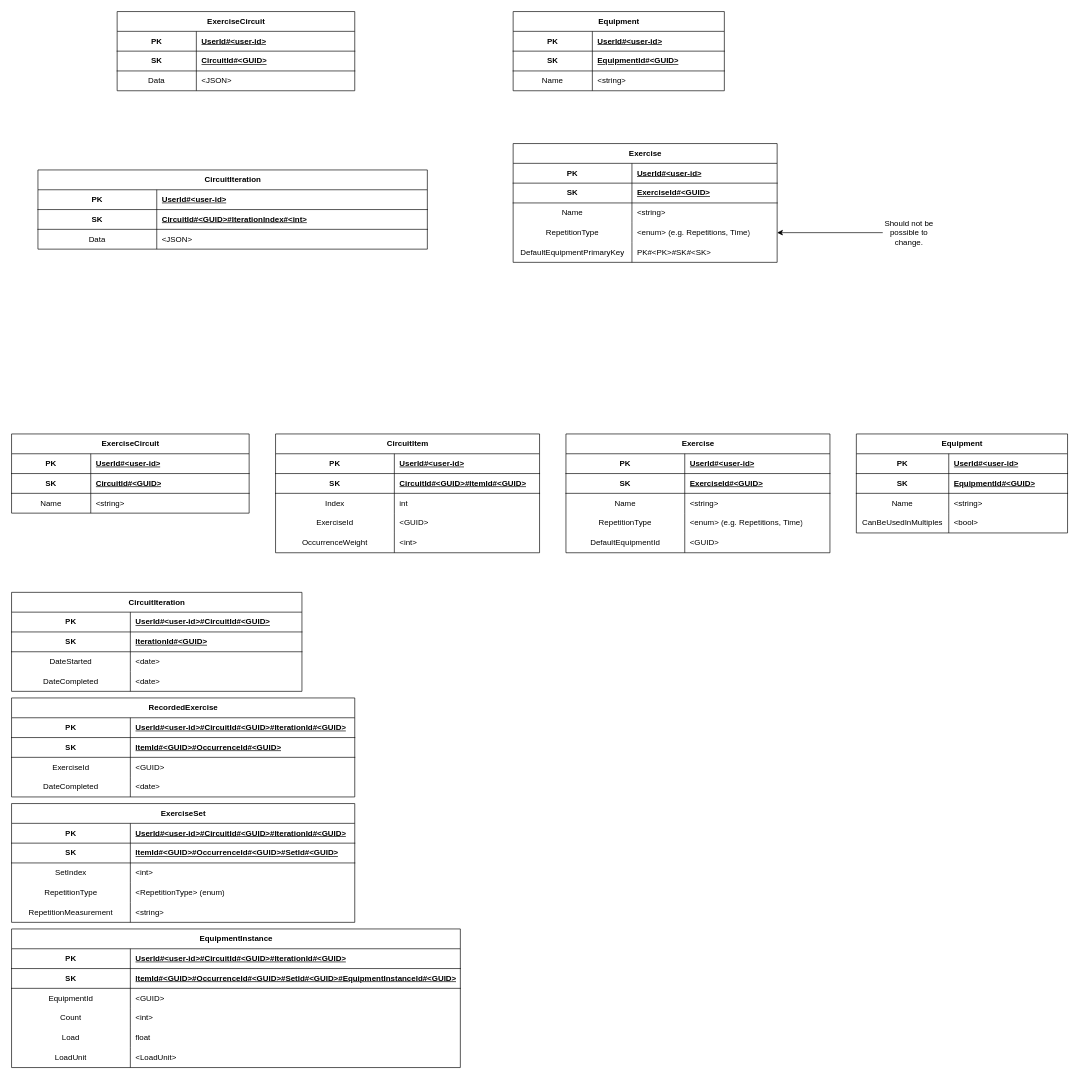
This is Documents/dynamodb-models.drawio from TankSlayer1337/circuits-backend, a draw.io file, before an edit. Source tidied: cells renumbered, new cells numbered last; positions are measured from the earlier drawing's top-left corner, leaving out a move shared by most shapes. Both pictures are drawn from the tidied source at 66%, with x=0, y=0 at pixel (11, 11).
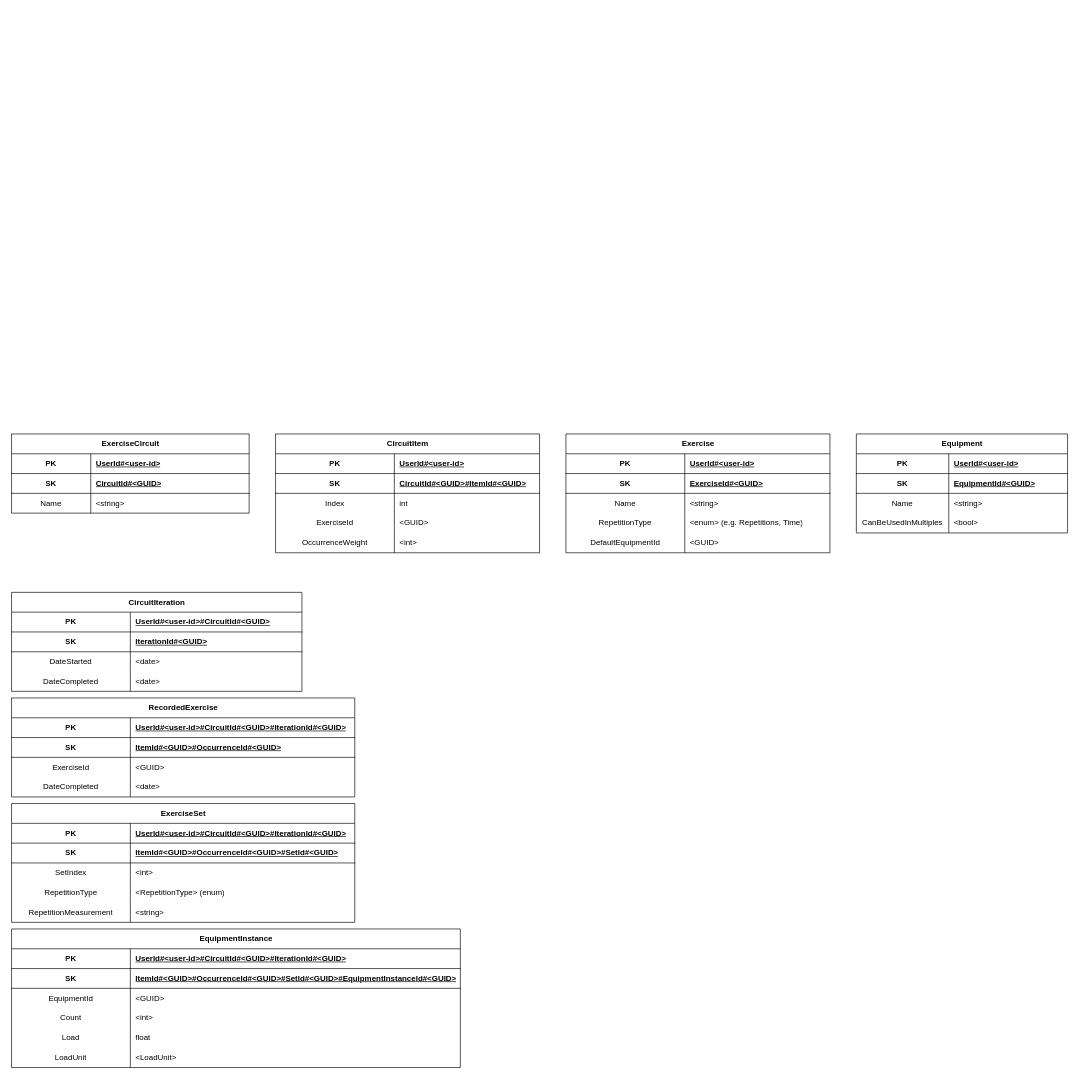
The same diagram, later.

Diff of the diagram source:
```diff
@@
-    <mxCell id="2" value="ExerciseCircuit" style="shape=table;startSize=30;childLayout=tableLayout;rowLines=0;fontStyle=1;align=center;html=1;" parent="1" vertex="1">
-      <mxGeometry x="160" width="360" height="120" as="geometry" />
-    </mxCell>
-    <mxCell id="3" style="shape=tableRow;horizontal=0;startSize=0;swimlaneHead=0;swimlaneBody=0;fillColor=none;top=0;left=0;right=0;bottom=1;" parent="2" vertex="1">
-      <mxGeometry y="30" width="360" height="30" as="geometry" />
-    </mxCell>
-    <mxCell id="4" value="PK" style="shape=partialRectangle;fillColor=none;top=0;left=0;bottom=0;right=0;fontStyle=1;overflow=hidden;whiteSpace=wrap;html=1;" parent="3" vertex="1">
-      <mxGeometry width="120" height="30" as="geometry" />
-    </mxCell>
-    <mxCell id="5" value="UserId#&amp;lt;user-id&amp;gt;" style="shape=partialRectangle;fillColor=none;top=0;left=0;bottom=0;right=0;align=left;spacingLeft=6;fontStyle=5;overflow=hidden;whiteSpace=wrap;html=1;" parent="3" vertex="1">
-      <mxGeometry x="120" width="240" height="30" as="geometry" />
-    </mxCell>
-    <mxCell id="6" style="shape=tableRow;horizontal=0;startSize=0;swimlaneHead=0;swimlaneBody=0;fillColor=none;top=0;left=0;right=0;bottom=1;" parent="2" vertex="1">
-      <mxGeometry y="60" width="360" height="30" as="geometry" />
-    </mxCell>
-    <mxCell id="7" value="SK" style="shape=partialRectangle;fillColor=none;top=0;left=0;bottom=0;right=0;fontStyle=1;overflow=hidden;whiteSpace=wrap;html=1;" parent="6" vertex="1">
-      <mxGeometry width="120" height="30" as="geometry" />
-    </mxCell>
-    <mxCell id="8" value="CircuitId#&amp;lt;GUID&amp;gt;" style="shape=partialRectangle;fillColor=none;top=0;left=0;bottom=0;right=0;align=left;spacingLeft=6;fontStyle=5;overflow=hidden;whiteSpace=wrap;html=1;" parent="6" vertex="1">
-      <mxGeometry x="120" width="240" height="30" as="geometry" />
-    </mxCell>
-    <mxCell id="9" style="shape=tableRow;horizontal=0;startSize=0;swimlaneHead=0;swimlaneBody=0;fillColor=none;top=0;left=0;right=0;bottom=0;" parent="2" vertex="1">
-      <mxGeometry y="90" width="360" height="30" as="geometry" />
-    </mxCell>
-    <mxCell id="10" value="Data" style="shape=partialRectangle;fillColor=none;top=0;left=0;bottom=0;right=0;overflow=hidden;whiteSpace=wrap;html=1;" parent="9" vertex="1">
-      <mxGeometry width="120" height="30" as="geometry" />
-    </mxCell>
-    <mxCell id="11" value="&amp;lt;JSON&amp;gt;" style="shape=partialRectangle;fillColor=none;top=0;left=0;bottom=0;right=0;align=left;spacingLeft=6;overflow=hidden;whiteSpace=wrap;html=1;" parent="9" vertex="1">
-      <mxGeometry x="120" width="240" height="30" as="geometry" />
-    </mxCell>
-    <mxCell id="12" value="Exercise" style="shape=table;startSize=30;childLayout=tableLayout;rowLines=0;fontStyle=1;align=center;html=1;" parent="1" vertex="1">
-      <mxGeometry x="760" y="200" width="400" height="180" as="geometry" />
-    </mxCell>
-    <mxCell id="13" style="shape=tableRow;horizontal=0;startSize=0;swimlaneHead=0;swimlaneBody=0;fillColor=none;top=0;left=0;right=0;bottom=1;" parent="12" vertex="1">
-      <mxGeometry y="30" width="400" height="30" as="geometry" />
-    </mxCell>
-    <mxCell id="14" value="PK" style="shape=partialRectangle;fillColor=none;top=0;left=0;bottom=0;right=0;fontStyle=1;overflow=hidden;whiteSpace=wrap;html=1;" parent="13" vertex="1">
-      <mxGeometry width="180" height="30" as="geometry" />
-    </mxCell>
-    <mxCell id="15" value="UserId#&amp;lt;user-id&amp;gt;" style="shape=partialRectangle;fillColor=none;top=0;left=0;bottom=0;right=0;align=left;spacingLeft=6;fontStyle=5;overflow=hidden;whiteSpace=wrap;html=1;" parent="13" vertex="1">
-      <mxGeometry x="180" width="220" height="30" as="geometry" />
-    </mxCell>
-    <mxCell id="16" style="shape=tableRow;horizontal=0;startSize=0;swimlaneHead=0;swimlaneBody=0;fillColor=none;top=0;left=0;right=0;bottom=1;" parent="12" vertex="1">
-      <mxGeometry y="60" width="400" height="30" as="geometry" />
-    </mxCell>
-    <mxCell id="17" value="SK" style="shape=partialRectangle;fillColor=none;top=0;left=0;bottom=0;right=0;fontStyle=1;overflow=hidden;whiteSpace=wrap;html=1;" parent="16" vertex="1">
-      <mxGeometry width="180" height="30" as="geometry" />
-    </mxCell>
-    <mxCell id="18" value="ExerciseId#&amp;lt;GUID&amp;gt;" style="shape=partialRectangle;fillColor=none;top=0;left=0;bottom=0;right=0;align=left;spacingLeft=6;fontStyle=5;overflow=hidden;whiteSpace=wrap;html=1;" parent="16" vertex="1">
-      <mxGeometry x="180" width="220" height="30" as="geometry" />
-    </mxCell>
-    <mxCell id="19" style="shape=tableRow;horizontal=0;startSize=0;swimlaneHead=0;swimlaneBody=0;fillColor=none;top=0;left=0;right=0;bottom=0;" parent="12" vertex="1">
-      <mxGeometry y="90" width="400" height="30" as="geometry" />
-    </mxCell>
-    <mxCell id="20" value="Name" style="shape=partialRectangle;fillColor=none;top=0;left=0;bottom=0;right=0;overflow=hidden;whiteSpace=wrap;html=1;" parent="19" vertex="1">
-      <mxGeometry width="180" height="30" as="geometry" />
-    </mxCell>
-    <mxCell id="21" value="&amp;lt;string&amp;gt;" style="shape=partialRectangle;fillColor=none;top=0;left=0;bottom=0;right=0;align=left;spacingLeft=6;overflow=hidden;whiteSpace=wrap;html=1;" parent="19" vertex="1">
-      <mxGeometry x="180" width="220" height="30" as="geometry" />
-    </mxCell>
-    <mxCell id="22" style="shape=tableRow;horizontal=0;startSize=0;swimlaneHead=0;swimlaneBody=0;fillColor=none;points=[[0,0.5],[1,0.5]];portConstraint=eastwest;top=0;left=0;right=0;bottom=0;" parent="12" vertex="1">
-      <mxGeometry y="120" width="400" height="30" as="geometry" />
-    </mxCell>
-    <mxCell id="23" value="RepetitionType" style="shape=partialRectangle;fillColor=none;top=0;left=0;bottom=0;right=0;overflow=hidden;whiteSpace=wrap;html=1;" parent="22" vertex="1">
-      <mxGeometry width="180" height="30" as="geometry" />
-    </mxCell>
-    <mxCell id="24" value="&amp;lt;enum&amp;gt; (e.g. Repetitions, Time)" style="shape=partialRectangle;fillColor=none;top=0;left=0;bottom=0;right=0;align=left;spacingLeft=6;overflow=hidden;whiteSpace=wrap;html=1;" parent="22" vertex="1">
-      <mxGeometry x="180" width="220" height="30" as="geometry" />
-    </mxCell>
-    <mxCell id="25" style="shape=tableRow;horizontal=0;startSize=0;swimlaneHead=0;swimlaneBody=0;fillColor=none;top=0;left=0;right=0;bottom=0;" parent="12" vertex="1">
-      <mxGeometry y="150" width="400" height="30" as="geometry" />
-    </mxCell>
-    <mxCell id="26" value="DefaultEquipmentPrimaryKey" style="shape=partialRectangle;fillColor=none;top=0;left=0;bottom=0;right=0;overflow=hidden;whiteSpace=wrap;html=1;" parent="25" vertex="1">
-      <mxGeometry width="180" height="30" as="geometry" />
-    </mxCell>
-    <mxCell id="27" value="PK#&amp;lt;PK&amp;gt;#SK#&amp;lt;SK&amp;gt;" style="shape=partialRectangle;fillColor=none;top=0;left=0;bottom=0;right=0;align=left;spacingLeft=6;overflow=hidden;whiteSpace=wrap;html=1;" parent="25" vertex="1">
-      <mxGeometry x="180" width="220" height="30" as="geometry" />
-    </mxCell>
-    <mxCell id="28" value="Equipment" style="shape=table;startSize=30;childLayout=tableLayout;rowLines=0;fontStyle=1;align=center;html=1;" parent="1" vertex="1">
-      <mxGeometry x="760" width="320" height="120" as="geometry" />
-    </mxCell>
-    <mxCell id="29" style="shape=tableRow;horizontal=0;startSize=0;swimlaneHead=0;swimlaneBody=0;fillColor=none;top=0;left=0;right=0;bottom=1;" parent="28" vertex="1">
-      <mxGeometry y="30" width="320" height="30" as="geometry" />
-    </mxCell>
-    <mxCell id="30" value="PK" style="shape=partialRectangle;fillColor=none;top=0;left=0;bottom=0;right=0;fontStyle=1;overflow=hidden;whiteSpace=wrap;html=1;" parent="29" vertex="1">
-      <mxGeometry width="120" height="30" as="geometry" />
-    </mxCell>
-    <mxCell id="31" value="UserId#&amp;lt;user-id&amp;gt;" style="shape=partialRectangle;fillColor=none;top=0;left=0;bottom=0;right=0;align=left;spacingLeft=6;fontStyle=5;overflow=hidden;whiteSpace=wrap;html=1;" parent="29" vertex="1">
-      <mxGeometry x="120" width="200" height="30" as="geometry" />
-    </mxCell>
-    <mxCell id="32" style="shape=tableRow;horizontal=0;startSize=0;swimlaneHead=0;swimlaneBody=0;fillColor=none;top=0;left=0;right=0;bottom=1;" parent="28" vertex="1">
-      <mxGeometry y="60" width="320" height="30" as="geometry" />
-    </mxCell>
-    <mxCell id="33" value="SK" style="shape=partialRectangle;fillColor=none;top=0;left=0;bottom=0;right=0;fontStyle=1;overflow=hidden;whiteSpace=wrap;html=1;" parent="32" vertex="1">
-      <mxGeometry width="120" height="30" as="geometry" />
-    </mxCell>
-    <mxCell id="34" value="EquipmentId#&amp;lt;GUID&amp;gt;" style="shape=partialRectangle;fillColor=none;top=0;left=0;bottom=0;right=0;align=left;spacingLeft=6;fontStyle=5;overflow=hidden;whiteSpace=wrap;html=1;" parent="32" vertex="1">
-      <mxGeometry x="120" width="200" height="30" as="geometry" />
-    </mxCell>
-    <mxCell id="35" style="shape=tableRow;horizontal=0;startSize=0;swimlaneHead=0;swimlaneBody=0;fillColor=none;top=0;left=0;right=0;bottom=0;" parent="28" vertex="1">
-      <mxGeometry y="90" width="320" height="30" as="geometry" />
-    </mxCell>
-    <mxCell id="36" value="Name" style="shape=partialRectangle;fillColor=none;top=0;left=0;bottom=0;right=0;overflow=hidden;whiteSpace=wrap;html=1;" parent="35" vertex="1">
-      <mxGeometry width="120" height="30" as="geometry" />
-    </mxCell>
-    <mxCell id="37" value="&amp;lt;string&amp;gt;" style="shape=partialRectangle;fillColor=none;top=0;left=0;bottom=0;right=0;align=left;spacingLeft=6;overflow=hidden;whiteSpace=wrap;html=1;" parent="35" vertex="1">
-      <mxGeometry x="120" width="200" height="30" as="geometry" />
-    </mxCell>
-    <mxCell id="38" value="CircuitIteration" style="shape=table;startSize=30;childLayout=tableLayout;rowLines=0;fontStyle=1;align=center;html=1;" parent="1" vertex="1">
-      <mxGeometry x="40" y="240" width="590" height="120" as="geometry" />
-    </mxCell>
-    <mxCell id="39" style="shape=tableRow;horizontal=0;startSize=0;swimlaneHead=0;swimlaneBody=0;fillColor=none;top=0;left=0;right=0;bottom=1;" parent="38" vertex="1">
-      <mxGeometry y="30" width="590" height="30" as="geometry" />
-    </mxCell>
-    <mxCell id="40" value="PK" style="shape=partialRectangle;fillColor=none;top=0;left=0;bottom=0;right=0;fontStyle=1;overflow=hidden;whiteSpace=wrap;html=1;" parent="39" vertex="1">
-      <mxGeometry width="180" height="30" as="geometry" />
-    </mxCell>
-    <mxCell id="41" value="UserId#&amp;lt;user-id&amp;gt;" style="shape=partialRectangle;fillColor=none;top=0;left=0;bottom=0;right=0;align=left;spacingLeft=6;fontStyle=5;overflow=hidden;whiteSpace=wrap;html=1;" parent="39" vertex="1">
-      <mxGeometry x="180" width="410" height="30" as="geometry" />
-    </mxCell>
-    <mxCell id="42" style="shape=tableRow;horizontal=0;startSize=0;swimlaneHead=0;swimlaneBody=0;fillColor=none;top=0;left=0;right=0;bottom=1;" parent="38" vertex="1">
-      <mxGeometry y="60" width="590" height="30" as="geometry" />
-    </mxCell>
-    <mxCell id="43" value="SK" style="shape=partialRectangle;fillColor=none;top=0;left=0;bottom=0;right=0;fontStyle=1;overflow=hidden;whiteSpace=wrap;html=1;" parent="42" vertex="1">
-      <mxGeometry width="180" height="30" as="geometry" />
-    </mxCell>
-    <mxCell id="44" value="CircuitId#&amp;lt;GUID&amp;gt;#IterationIndex#&amp;lt;int&amp;gt;" style="shape=partialRectangle;fillColor=none;top=0;left=0;bottom=0;right=0;align=left;spacingLeft=6;fontStyle=5;overflow=hidden;whiteSpace=wrap;html=1;" parent="42" vertex="1">
-      <mxGeometry x="180" width="410" height="30" as="geometry" />
-    </mxCell>
-    <mxCell id="45" style="shape=tableRow;horizontal=0;startSize=0;swimlaneHead=0;swimlaneBody=0;fillColor=none;top=0;left=0;right=0;bottom=0;" parent="38" vertex="1">
-      <mxGeometry y="90" width="590" height="30" as="geometry" />
-    </mxCell>
-    <mxCell id="46" value="Data" style="shape=partialRectangle;fillColor=none;top=0;left=0;bottom=0;right=0;overflow=hidden;whiteSpace=wrap;html=1;" parent="45" vertex="1">
-      <mxGeometry width="180" height="30" as="geometry" />
-    </mxCell>
-    <mxCell id="47" value="&amp;lt;JSON&amp;gt;" style="shape=partialRectangle;fillColor=none;top=0;left=0;bottom=0;right=0;align=left;spacingLeft=6;overflow=hidden;whiteSpace=wrap;html=1;" parent="45" vertex="1">
-      <mxGeometry x="180" width="410" height="30" as="geometry" />
-    </mxCell>
-    <mxCell id="48" style="edgeStyle=orthogonalEdgeStyle;rounded=0;jettySize=auto;html=1;" parent="1" edge="1" source="49" target="22">
-      <mxGeometry relative="1" as="geometry" />
-    </mxCell>
-    <mxCell id="49" value="Should not be possible to change." style="text;html=1;strokeColor=none;fillColor=none;align=center;verticalAlign=middle;whiteSpace=wrap;rounded=0;" parent="1" vertex="1">
-      <mxGeometry x="1320" y="310" width="80" height="50" as="geometry" />
-    </mxCell>
```
